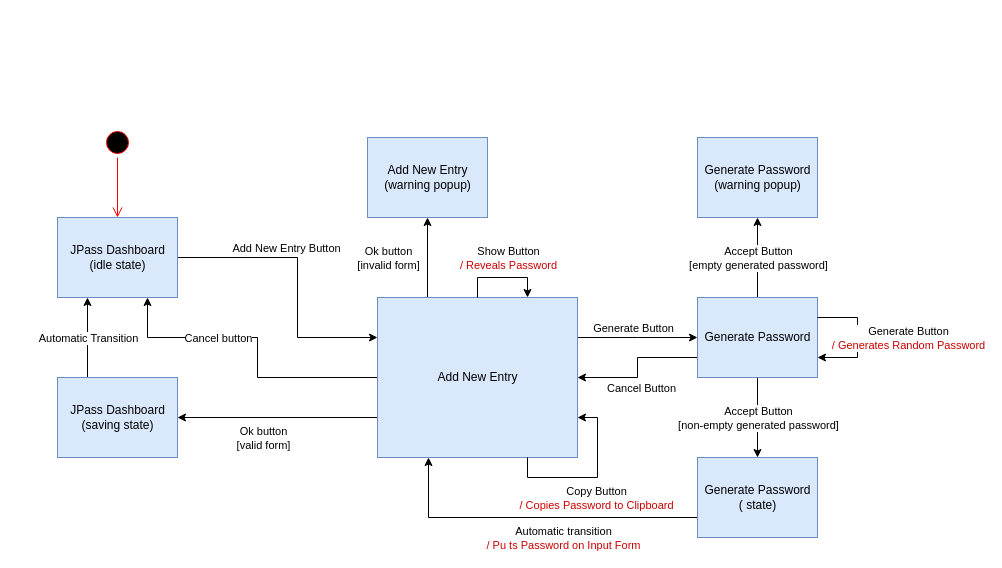
Earlier version of the draw.io diagram qf-test/AddEntry.drawio (Telmooo/jpass). Source tidied: cells renumbered, new cells numbered last; positions are measured from the earlier drawing's top-left corner, leaving out a move shared by most shapes. Both pictures are drawn from the tidied source at 100%, with x=0, y=0 at pixel (57, 127).
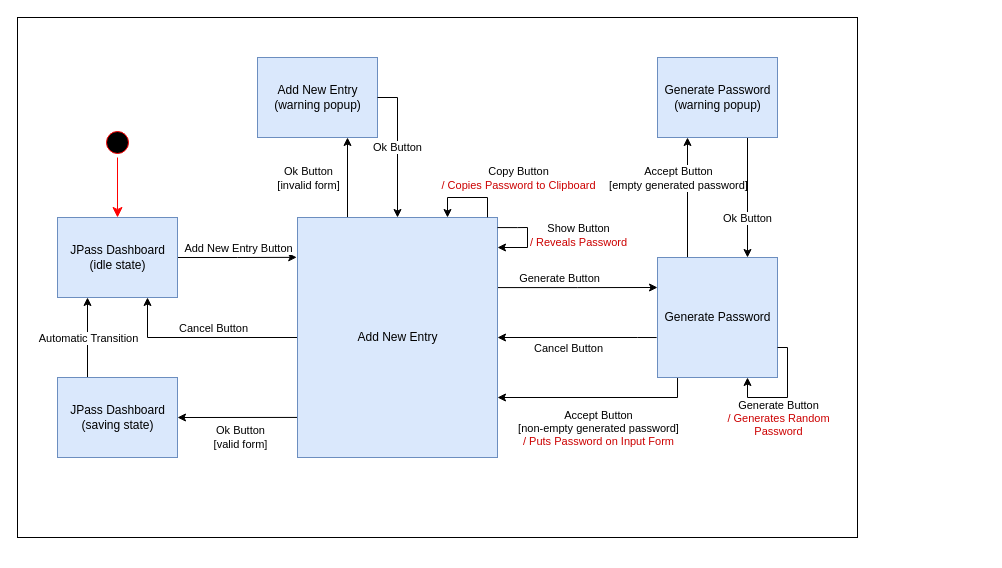
The same diagram, later.

The change refers to these unchanged cells:
```xml
<mxCell id="4" value="JPass Dashboard&lt;br&gt;(idle state)" style="html=1;fillColor=#dae8fc;strokeColor=#6c8ebf;" parent="1" vertex="1">
  <mxGeometry y="90" width="120" height="80" as="geometry" />
</mxCell>
<mxCell id="23" value="JPass Dashboard&lt;br&gt;(saving state)" style="html=1;fillColor=#dae8fc;strokeColor=#6c8ebf;" parent="1" vertex="1">
  <mxGeometry y="250" width="120" height="80" as="geometry" />
</mxCell>
```

Change to the diagram source:
```diff
@@
+    <mxCell id="38" style="rounded=0;whiteSpace=wrap;html=1;" parent="1" vertex="1">
+      <mxGeometry x="-40" y="-110" width="840" height="520" as="geometry" />
+    </mxCell>
-    <mxCell id="2" style="edgeStyle=orthogonalEdgeStyle;rounded=0;jettySize=auto;html=1;exitX=1;exitY=0.5;exitDx=0;exitDy=0;entryX=0;entryY=0.25;entryDx=0;entryDy=0;" parent="1" edge="1" source="4" target="12">
-      <mxGeometry relative="1" as="geometry">
-        <Array as="points">
-          <mxPoint x="240" y="130" />
-          <mxPoint x="240" y="210" />
-        </Array>
-      </mxGeometry>
+    <mxCell id="2" style="edgeStyle=orthogonalEdgeStyle;rounded=0;jettySize=auto;html=1;exitX=1;exitY=0.5;exitDx=0;exitDy=0;entryX=-0.004;entryY=0.166;entryDx=0;entryDy=0;entryPerimeter=0;" parent="1" edge="1" source="4" target="12">
+      <mxGeometry relative="1" as="geometry" />
     </mxCell>
     <mxCell id="3" value="Add New Entry Button" style="edgeLabel;html=1;align=center;verticalAlign=middle;" parent="2" vertex="1">
       <mxGeometry x="-0.23" y="-3" relative="1" as="geometry">
-        <mxPoint y="-13" as="offset" />
+        <mxPoint x="14" y="-13" as="offset" />
       </mxGeometry>
     </mxCell>
@@
-    <mxCell id="5" style="edgeStyle=orthogonalEdgeStyle;rounded=0;jettySize=auto;html=1;exitX=0;exitY=0.75;exitDx=0;exitDy=0;entryX=1;entryY=0.5;entryDx=0;entryDy=0;" parent="1" edge="1" source="12" target="23">
-      <mxGeometry relative="1" as="geometry" />
+    <mxCell id="5" style="edgeStyle=orthogonalEdgeStyle;rounded=0;jettySize=auto;html=1;entryX=1;entryY=0.5;entryDx=0;entryDy=0;exitX=0;exitY=0.833;exitDx=0;exitDy=0;exitPerimeter=0;" parent="1" edge="1" source="12" target="23">
+      <mxGeometry relative="1" as="geometry">
+        <Array as="points">
+          <mxPoint x="300" y="290" />
+          <mxPoint x="300" y="290" />
+        </Array>
+      </mxGeometry>
     </mxCell>
-    <mxCell id="6" value="Ok button&lt;br&gt;[valid form]" style="edgeLabel;html=1;align=center;verticalAlign=middle;" parent="5" vertex="1">
+    <mxCell id="6" value="Ok Button&lt;br&gt;[valid form]" style="edgeLabel;html=1;align=center;verticalAlign=middle;" parent="5" vertex="1">
       <mxGeometry x="0.48" y="2" relative="1" as="geometry">
-        <mxPoint x="33" y="18" as="offset" />
+        <mxPoint y="18" as="offset" />
       </mxGeometry>
     </mxCell>
-    <mxCell id="7" style="edgeStyle=orthogonalEdgeStyle;rounded=0;jettySize=auto;html=1;exitX=0.25;exitY=0;exitDx=0;exitDy=0;entryX=0.5;entryY=1;entryDx=0;entryDy=0;" parent="1" edge="1" source="12" target="25">
+    <mxCell id="7" style="edgeStyle=orthogonalEdgeStyle;rounded=0;jettySize=auto;html=1;exitX=0.25;exitY=0;exitDx=0;exitDy=0;entryX=0.75;entryY=1;entryDx=0;entryDy=0;" parent="1" edge="1" source="12" target="25">
       <mxGeometry relative="1" as="geometry" />
     </mxCell>
-    <mxCell id="8" style="edgeStyle=orthogonalEdgeStyle;rounded=0;jettySize=auto;html=1;exitX=1;exitY=0.25;exitDx=0;exitDy=0;" parent="1" edge="1" source="12">
-      <mxGeometry relative="1" as="geometry">
-        <mxPoint x="640" y="210" as="targetPoint" />
-      </mxGeometry>
+    <mxCell id="8" style="edgeStyle=orthogonalEdgeStyle;rounded=0;jettySize=auto;html=1;exitX=0.996;exitY=0.292;exitDx=0;exitDy=0;entryX=0;entryY=0.25;entryDx=0;entryDy=0;exitPerimeter=0;" parent="1" edge="1" source="12" target="19">
+      <mxGeometry relative="1" as="geometry" />
     </mxCell>
     <mxCell id="9" value="Generate Button" style="edgeLabel;html=1;align=center;verticalAlign=middle;" parent="8" vertex="1">
       <mxGeometry x="-0.22" y="-1" relative="1" as="geometry">
-        <mxPoint x="8" y="-11" as="offset" />
+        <mxPoint x="-1" y="-11" as="offset" />
       </mxGeometry>
     </mxCell>
     <mxCell id="10" style="edgeStyle=orthogonalEdgeStyle;rounded=0;jettySize=auto;html=1;exitX=0;exitY=0.5;exitDx=0;exitDy=0;entryX=0.75;entryY=1;entryDx=0;entryDy=0;" parent="1" edge="1" source="12" target="4">
       <mxGeometry relative="1" as="geometry">
         <Array as="points">
-          <mxPoint x="200" y="250" />
-          <mxPoint x="200" y="210" />
           <mxPoint x="90" y="210" />
         </Array>
       </mxGeometry>
     </mxCell>
-    <mxCell id="11" value="Cancel button" style="edgeLabel;html=1;align=center;verticalAlign=middle;" parent="10" vertex="1">
+    <mxCell id="11" value="Cancel Button" style="edgeLabel;html=1;align=center;verticalAlign=middle;" parent="10" vertex="1">
       <mxGeometry x="-0.02" relative="1" as="geometry">
-        <mxPoint x="-40" y="-8" as="offset" />
+        <mxPoint x="8" y="-10" as="offset" />
       </mxGeometry>
     </mxCell>
     <mxCell id="12" value="Add New Entry" style="html=1;fillColor=#dae8fc;strokeColor=#6c8ebf;" parent="1" vertex="1">
-      <mxGeometry x="320" y="170" width="200" height="160" as="geometry" />
+      <mxGeometry x="240" y="90" width="200" height="240" as="geometry" />
     </mxCell>
-    <mxCell id="13" style="edgeStyle=orthogonalEdgeStyle;rounded=0;jettySize=auto;html=1;exitX=0.5;exitY=0;exitDx=0;exitDy=0;entryX=0.5;entryY=1;entryDx=0;entryDy=0;" parent="1" edge="1" source="19" target="24">
+    <mxCell id="13" style="edgeStyle=orthogonalEdgeStyle;rounded=0;jettySize=auto;html=1;exitX=0.25;exitY=0;exitDx=0;exitDy=0;entryX=0.25;entryY=1;entryDx=0;entryDy=0;" parent="1" edge="1" source="19" target="24">
       <mxGeometry relative="1" as="geometry" />
     </mxCell>
     <mxCell id="14" value="Accept Button&lt;br&gt;[empty generated password]" style="edgeLabel;html=1;align=center;verticalAlign=middle;" parent="13" vertex="1">
       <mxGeometry x="0.23" relative="1" as="geometry">
-        <mxPoint y="9" as="offset" />
+        <mxPoint x="-10" y="-6" as="offset" />
       </mxGeometry>
     </mxCell>
-    <mxCell id="15" style="edgeStyle=orthogonalEdgeStyle;rounded=0;jettySize=auto;html=1;exitX=0.5;exitY=1;exitDx=0;exitDy=0;entryX=0.5;entryY=0;entryDx=0;entryDy=0;" parent="1" edge="1" source="19" target="28">
-      <mxGeometry relative="1" as="geometry" />
+    <mxCell id="15" style="edgeStyle=orthogonalEdgeStyle;rounded=0;jettySize=auto;html=1;exitX=0.167;exitY=1;exitDx=0;exitDy=0;entryX=1;entryY=0.75;entryDx=0;entryDy=0;exitPerimeter=0;" parent="1" edge="1" source="19" target="12">
+      <mxGeometry relative="1" as="geometry">
+        <Array as="points">
+          <mxPoint x="620" y="270" />
+        </Array>
+      </mxGeometry>
     </mxCell>
-    <mxCell id="16" value="Accept Button&lt;br&gt;[non-empty generated password]" style="edgeLabel;html=1;align=center;verticalAlign=middle;" parent="15" vertex="1">
+    <mxCell id="16" value="Accept Button&lt;br&gt;[non-empty generated password]&lt;br&gt;&lt;font color=&quot;#cc0000&quot;&gt;/ Puts Password on Input Form&lt;/font&gt;" style="edgeLabel;html=1;align=center;verticalAlign=middle;" parent="15" vertex="1">
       <mxGeometry x="-0.21" y="-1" relative="1" as="geometry">
-        <mxPoint x="1" y="8" as="offset" />
+        <mxPoint x="-21" y="31" as="offset" />
       </mxGeometry>
     </mxCell>
-    <mxCell id="17" style="edgeStyle=orthogonalEdgeStyle;rounded=0;jettySize=auto;html=1;exitX=0;exitY=0.75;exitDx=0;exitDy=0;entryX=1;entryY=0.5;entryDx=0;entryDy=0;" parent="1" edge="1" source="19" target="12">
+    <mxCell id="17" style="edgeStyle=orthogonalEdgeStyle;rounded=0;jettySize=auto;html=1;exitX=-0.007;exitY=0.667;exitDx=0;exitDy=0;entryX=1;entryY=0.5;entryDx=0;entryDy=0;exitPerimeter=0;" parent="1" edge="1" source="19" target="12">
       <mxGeometry relative="1" as="geometry">
         <Array as="points">
-          <mxPoint x="580" y="230" />
-          <mxPoint x="580" y="250" />
+          <mxPoint x="580" y="210" />
+          <mxPoint x="580" y="210" />
         </Array>
       </mxGeometry>
     </mxCell>
@@
     <mxCell id="19" value="Generate Password" style="html=1;fillColor=#dae8fc;strokeColor=#6c8ebf;" parent="1" vertex="1">
-      <mxGeometry x="640" y="170" width="120" height="80" as="geometry" />
+      <mxGeometry x="600" y="130" width="120" height="120" as="geometry" />
     </mxCell>
@@
+    <mxCell id="39" style="edgeStyle=none;html=1;exitX=0.75;exitY=1;exitDx=0;exitDy=0;entryX=0.75;entryY=0;entryDx=0;entryDy=0;" parent="1" edge="1" source="24" target="19">
+      <mxGeometry relative="1" as="geometry" />
+    </mxCell>
+    <mxCell id="40" value="Ok Button" style="edgeLabel;html=1;align=center;verticalAlign=middle;" parent="39" vertex="1">
+      <mxGeometry x="-0.4" y="-1" relative="1" as="geometry">
+        <mxPoint y="44" as="offset" />
+      </mxGeometry>
+    </mxCell>
     <mxCell id="24" value="Generate Password&lt;br&gt;(warning popup)" style="html=1;fillColor=#dae8fc;strokeColor=#6c8ebf;" parent="1" vertex="1">
-      <mxGeometry x="640" y="10" width="120" height="80" as="geometry" />
+      <mxGeometry x="600" y="-70" width="120" height="80" as="geometry" />
     </mxCell>
     <mxCell id="25" value="Add New Entry&lt;br&gt;(warning popup)" style="html=1;fillColor=#dae8fc;strokeColor=#6c8ebf;" parent="1" vertex="1">
-      <mxGeometry x="310" y="10" width="120" height="80" as="geometry" />
+      <mxGeometry x="200" y="-70" width="120" height="80" as="geometry" />
     </mxCell>
-    <mxCell id="26" style="edgeStyle=orthogonalEdgeStyle;rounded=0;jettySize=auto;html=1;exitX=0;exitY=0.75;exitDx=0;exitDy=0;entryX=0.25;entryY=1;entryDx=0;entryDy=0;" parent="1" edge="1" source="28">
-      <mxGeometry relative="1" as="geometry">
-        <mxPoint x="371" y="330" as="targetPoint" />
-        <Array as="points">
-          <mxPoint x="371" y="390" />
-        </Array>
-      </mxGeometry>
-    </mxCell>
-    <mxCell id="27" value="Automatic transition&lt;br&gt;&lt;font color=&quot;#cc0000&quot;&gt;/ Pu ts Password on Input Form&lt;/font&gt;" style="edgeLabel;html=1;align=center;verticalAlign=middle;" parent="26" vertex="1">
-      <mxGeometry x="-0.16" relative="1" as="geometry">
-        <mxPoint x="3" y="20" as="offset" />
-      </mxGeometry>
-    </mxCell>
-    <mxCell id="28" value="Generate Password&lt;br&gt;( state)" style="html=1;fillColor=#dae8fc;strokeColor=#6c8ebf;" parent="1" vertex="1">
-      <mxGeometry x="640" y="330" width="120" height="80" as="geometry" />
-    </mxCell>
-    <mxCell id="29" value="Ok button&lt;br&gt;[invalid form]" style="edgeLabel;html=1;align=center;verticalAlign=middle;" parent="1" vertex="1">
-      <mxGeometry x="330" y="130" as="geometry" />
+    <mxCell id="29" value="Ok Button&lt;br&gt;[invalid form]" style="edgeLabel;html=1;align=center;verticalAlign=middle;" parent="1" vertex="1">
+      <mxGeometry x="250" y="50" as="geometry" />
     </mxCell>
-    <mxCell id="30" style="edgeStyle=orthogonalEdgeStyle;rounded=0;orthogonalLoop=1;jettySize=auto;html=1;exitX=1;exitY=0.25;exitDx=0;exitDy=0;entryX=1;entryY=0.75;entryDx=0;entryDy=0;" parent="1" edge="1" source="19" target="19">
+    <mxCell id="30" style="edgeStyle=orthogonalEdgeStyle;rounded=0;orthogonalLoop=1;jettySize=auto;html=1;exitX=1;exitY=0.75;exitDx=0;exitDy=0;entryX=0.75;entryY=1;entryDx=0;entryDy=0;" parent="1" edge="1" source="19" target="19">
       <mxGeometry relative="1" as="geometry">
         <Array as="points">
-          <mxPoint x="800" y="190" />
-          <mxPoint x="800" y="230" />
+          <mxPoint x="730" y="220" />
+          <mxPoint x="730" y="270" />
+          <mxPoint x="690" y="270" />
         </Array>
       </mxGeometry>
     </mxCell>
-    <mxCell id="31" value="Generate Button&lt;br&gt;&lt;font color=&quot;#cc0000&quot;&gt;/ Generates Random Password&lt;/font&gt;" style="edgeLabel;html=1;align=center;verticalAlign=middle;" parent="30" vertex="1">
+    <mxCell id="31" value="Generate Button&lt;br&gt;&lt;font color=&quot;#cc0000&quot;&gt;/ Generates Random&lt;br&gt;Password&lt;/font&gt;" style="edgeLabel;html=1;align=center;verticalAlign=middle;" parent="30" vertex="1">
       <mxGeometry x="-0.19" y="-1" relative="1" as="geometry">
-        <mxPoint x="51" y="11" as="offset" />
+        <mxPoint x="-9" y="31" as="offset" />
       </mxGeometry>
     </mxCell>
-    <mxCell id="32" style="edgeStyle=orthogonalEdgeStyle;rounded=0;orthogonalLoop=1;jettySize=auto;html=1;exitX=0.75;exitY=1;exitDx=0;exitDy=0;entryX=1;entryY=0.75;entryDx=0;entryDy=0;" parent="1" edge="1" source="12" target="12">
-      <mxGeometry relative="1" as="geometry" />
+    <mxCell id="32" style="edgeStyle=orthogonalEdgeStyle;rounded=0;orthogonalLoop=1;jettySize=auto;html=1;entryX=0.75;entryY=0;entryDx=0;entryDy=0;exitX=0.95;exitY=-0.001;exitDx=0;exitDy=0;exitPerimeter=0;" parent="1" edge="1" source="12" target="12">
+      <mxGeometry relative="1" as="geometry">
+        <Array as="points">
+          <mxPoint x="430" y="70" />
+          <mxPoint x="390" y="70" />
+        </Array>
+      </mxGeometry>
     </mxCell>
     <mxCell id="33" value="Copy Button&lt;br&gt;&lt;font color=&quot;#cc0000&quot;&gt;/ Copies Password to Clipboard&lt;/font&gt;" style="edgeLabel;html=1;align=center;verticalAlign=middle;" parent="32" vertex="1">
       <mxGeometry x="-0.19" y="-1" relative="1" as="geometry">
-        <mxPoint x="19" y="19" as="offset" />
+        <mxPoint x="43" y="-19" as="offset" />
       </mxGeometry>
     </mxCell>
-    <mxCell id="34" style="edgeStyle=orthogonalEdgeStyle;rounded=0;orthogonalLoop=1;jettySize=auto;html=1;exitX=0.5;exitY=0;exitDx=0;exitDy=0;entryX=0.75;entryY=0;entryDx=0;entryDy=0;" parent="1" edge="1" source="12" target="12">
+    <mxCell id="34" style="edgeStyle=orthogonalEdgeStyle;rounded=0;orthogonalLoop=1;jettySize=auto;html=1;entryX=1;entryY=0.125;entryDx=0;entryDy=0;entryPerimeter=0;exitX=1;exitY=0.042;exitDx=0;exitDy=0;exitPerimeter=0;" parent="1" edge="1" source="12" target="12">
       <mxGeometry relative="1" as="geometry">
         <Array as="points">
-          <mxPoint x="420" y="150" />
-          <mxPoint x="470" y="150" />
+          <mxPoint x="460" y="100" />
+          <mxPoint x="470" y="100" />
+          <mxPoint x="470" y="120" />
         </Array>
       </mxGeometry>
     </mxCell>
     <mxCell id="35" value="Show Button&lt;br&gt;&lt;font color=&quot;#cc0000&quot;&gt;/ Reveals Password&lt;/font&gt;" style="edgeLabel;html=1;align=center;verticalAlign=middle;" parent="34" vertex="1">
       <mxGeometry y="1" relative="1" as="geometry">
-        <mxPoint x="5" y="-19" as="offset" />
+        <mxPoint x="49" y="-2" as="offset" />
       </mxGeometry>
     </mxCell>
@@
-    <mxCell id="37" style="edgeStyle=orthogonalEdgeStyle;html=1;verticalAlign=bottom;endArrow=open;endSize=8;strokeColor=#ff0000;rounded=0;fontColor=#CC0000;" parent="1" edge="1">
+    <mxCell id="37" style="edgeStyle=orthogonalEdgeStyle;html=1;verticalAlign=bottom;endArrow=classic;endSize=8;strokeColor=#ff0000;rounded=0;fontColor=#CC0000;endFill=1;" parent="1" edge="1">
       <mxGeometry relative="1" as="geometry">
         <mxPoint x="60" y="30" as="sourcePoint" />
         <mxPoint x="60" y="90" as="targetPoint" />
       </mxGeometry>
     </mxCell>
+    <mxCell id="41" value="Ok Button" style="edgeStyle=orthogonalEdgeStyle;rounded=0;jettySize=auto;html=1;exitX=1;exitY=0.5;exitDx=0;exitDy=0;entryX=0.5;entryY=0;entryDx=0;entryDy=0;" parent="1" edge="1" source="25" target="12">
+      <mxGeometry relative="1" as="geometry" />
+    </mxCell>
```
